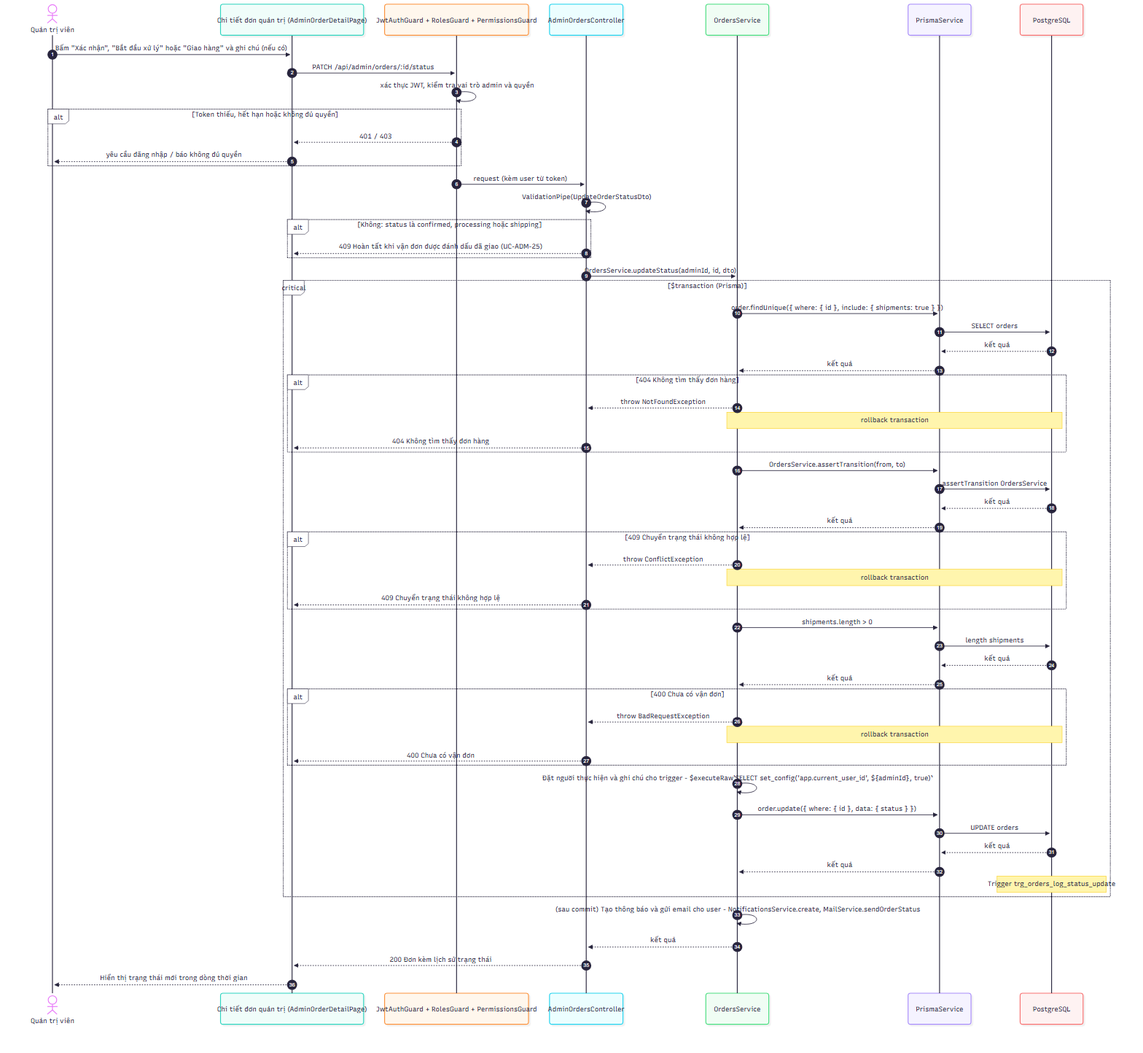
2431540234-arch/XDUDTMDT keeps this Mermaid diagram as docs/diagrams/png/sequence_UC-ADM-21_cap-nhat-trang-thai-don-hang.png. Above is the earlier version. Its source is kept beside it as docs/diagrams/src/sequence_UC-ADM-21_cap-nhat-trang-thai-don-hang.mmd.
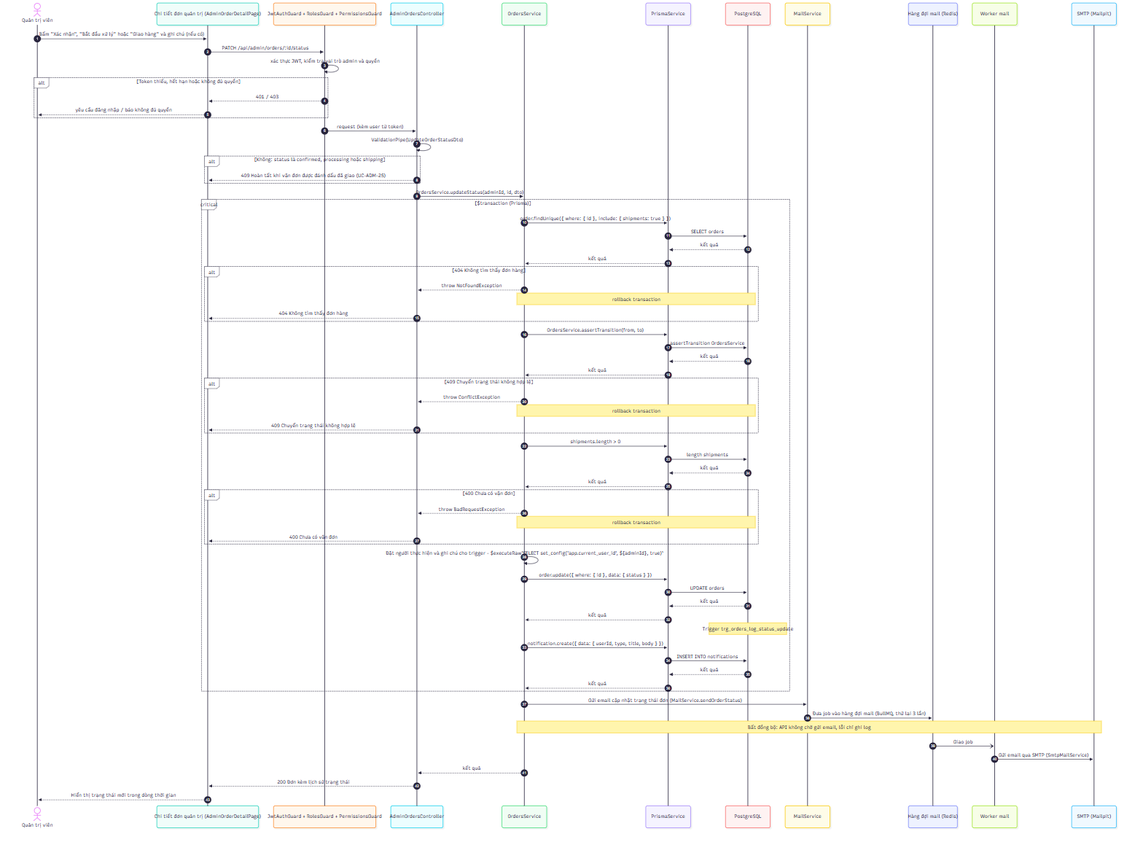
Above is the later version.

Change to the diagram source:
```diff
@@ -7,6 +7,10 @@
     participant S as OrdersService
     participant P as PrismaService
     participant D as PostgreSQL
+    participant M as MailService
+    participant Q as Hàng đợi mail (Redis)
+    participant K as Worker mail
+    participant E as SMTP (Mailpit)
     A->>FE: Bấm "Xác nhận", "Bắt đầu xử lý" hoặc "Giao hàng" và ghi chú (nếu có)
     FE->>G: PATCH /api/admin/orders/:id/status
     G->>G: xác thực JWT, kiểm tra vai trò admin và quyền
@@ -54,8 +58,16 @@
         D-->>P: kết quả
         P-->>S: kết quả
         Note over D: Trigger trg_orders_log_status_update
+        S->>P: notification.create({ data: { userId, type, title, body } })
+        P->>D: INSERT INTO notifications
+        D-->>P: kết quả
+        P-->>S: kết quả
     end
-    S->>S: (sau commit) Tạo thông báo và gửi email cho user - NotificationsService.create, MailService.sendOrderStatus
+    S->>M: Gửi email cập nhật trạng thái đơn (MailService.sendOrderStatus)
+    M->>Q: Đưa job vào hàng đợi mail (BullMQ, thử lại 3 lần)
+    Note over S,E: Bất đồng bộ: API không chờ gửi email, lỗi chỉ ghi log
+    Q-)K: Giao job
+    K->>E: Gửi email qua SMTP (SmtpMailService)
     S-->>C: kết quả
     C-->>FE: 200 Đơn kèm lịch sử trạng thái
     FE-->>A: Hiển thị trạng thái mới trong dòng thời gian
```
